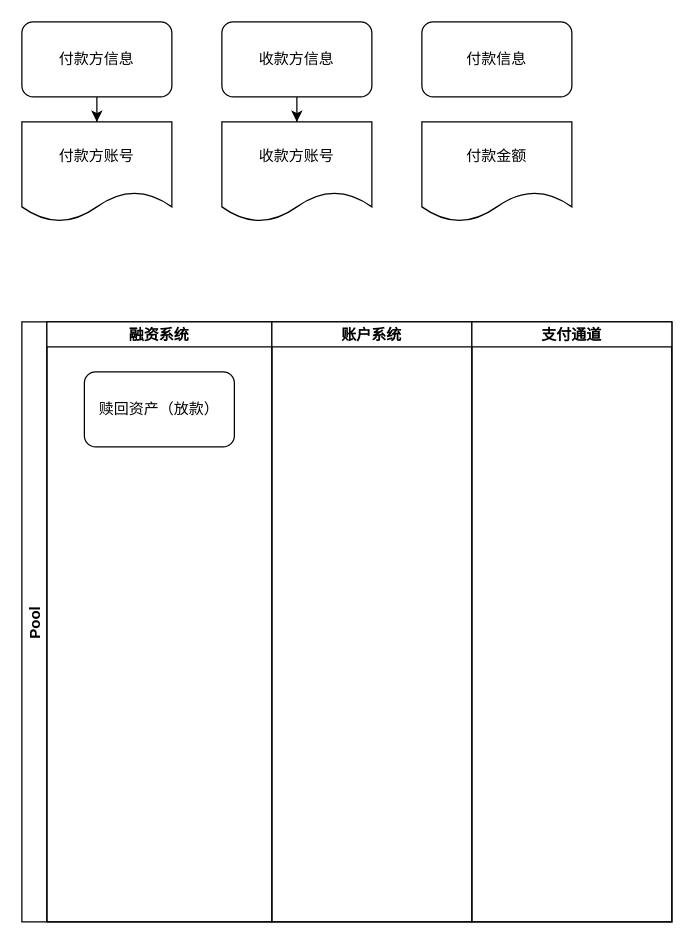
Earlier version of the draw.io diagram LLSI/付款风控初版.drawio (0573xieguojia/To-program). Source tidied: cells renumbered, new cells numbered last; positions are measured from the earlier drawing's top-left corner, leaving out a move shared by most shapes. Both pictures are drawn from the tidied source at 125%, with x=0, y=0 at pixel (21, 21).
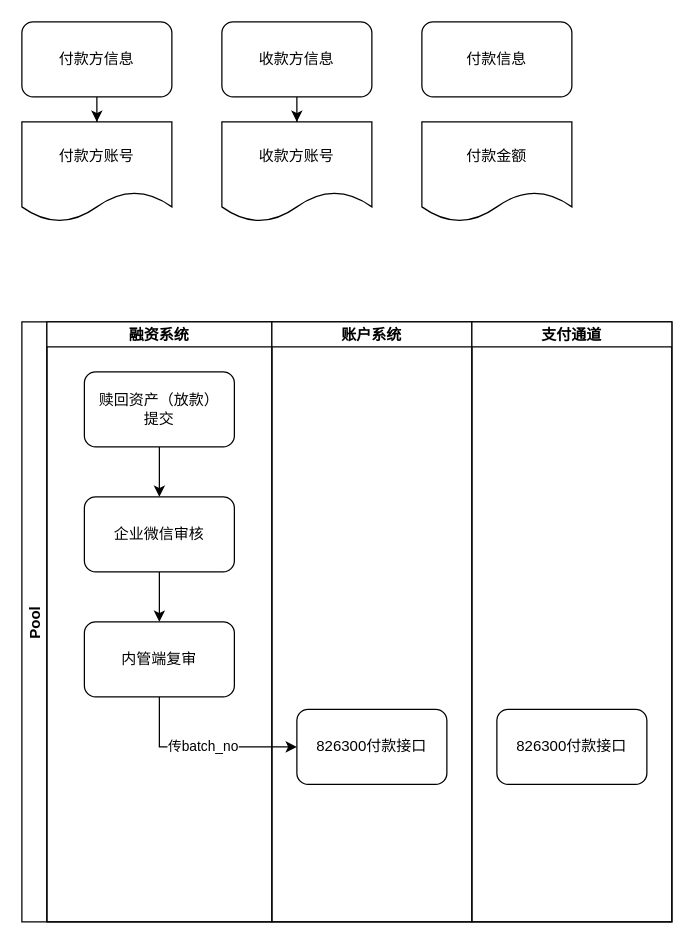
The same page after the edit.

Commit message (it also covers changes not shown here):
更新付款风控初版.drawio

Unchanged cells that the change refers to:
```xml
<mxCell id="10" value="Pool" style="swimlane;startSize=20;horizontal=0;" parent="1" vertex="1">
  <mxGeometry y="240" width="520" height="480" as="geometry" />
</mxCell>
<mxCell id="11" value="融资系统" style="swimlane;startSize=20;" parent="10" vertex="1">
  <mxGeometry x="20" width="180" height="480" as="geometry" />
</mxCell>
<mxCell id="13" value="账户系统" style="swimlane;startSize=20;" parent="10" vertex="1">
  <mxGeometry x="200" width="160" height="480" as="geometry" />
</mxCell>
<mxCell id="14" value="支付通道" style="swimlane;startSize=20;" parent="10" vertex="1">
  <mxGeometry x="360" width="160" height="480" as="geometry" />
</mxCell>
```

The edit, as a diff of the source:
```diff
@@
+    <mxCell id="15" style="edgeStyle=orthogonalEdgeStyle;rounded=0;jettySize=auto;html=1;exitX=0.5;exitY=1;exitDx=0;exitDy=0;entryX=0.5;entryY=0;entryDx=0;entryDy=0;" parent="11" edge="1" source="12" target="17">
+      <mxGeometry relative="1" as="geometry" />
+    </mxCell>
-    <mxCell id="12" value="赎回资产（放款）" style="rounded=1;whiteSpace=wrap;html=1;" parent="11" vertex="1">
+    <mxCell id="12" value="赎回资产（放款）&lt;br&gt;提交" style="rounded=1;whiteSpace=wrap;html=1;" parent="11" vertex="1">
       <mxGeometry x="30" y="40" width="120" height="60" as="geometry" />
     </mxCell>
+    <mxCell id="16" style="edgeStyle=orthogonalEdgeStyle;rounded=0;jettySize=auto;html=1;exitX=0.5;exitY=1;exitDx=0;exitDy=0;" parent="11" edge="1" source="17" target="18">
+      <mxGeometry relative="1" as="geometry" />
+    </mxCell>
+    <mxCell id="17" value="企业微信审核" style="rounded=1;whiteSpace=wrap;html=1;" parent="11" vertex="1">
+      <mxGeometry x="30" y="140" width="120" height="60" as="geometry" />
+    </mxCell>
+    <mxCell id="18" value="内管端复审" style="rounded=1;whiteSpace=wrap;html=1;" parent="11" vertex="1">
+      <mxGeometry x="30" y="240" width="120" height="60" as="geometry" />
+    </mxCell>
@@
+    <mxCell id="19" value="826300付款接口" style="rounded=1;whiteSpace=wrap;html=1;" parent="13" vertex="1">
+      <mxGeometry x="20" y="310" width="120" height="60" as="geometry" />
+    </mxCell>
@@
+    <mxCell id="20" value="826300付款接口" style="rounded=1;whiteSpace=wrap;html=1;" parent="14" vertex="1">
+      <mxGeometry x="20" y="310" width="120" height="60" as="geometry" />
+    </mxCell>
+    <mxCell id="21" value="传batch_no" style="edgeStyle=orthogonalEdgeStyle;rounded=0;jettySize=auto;html=1;exitX=0.5;exitY=1;exitDx=0;exitDy=0;entryX=0;entryY=0.5;entryDx=0;entryDy=0;" parent="10" edge="1" source="18" target="19">
+      <mxGeometry relative="1" as="geometry" />
+    </mxCell>
```
